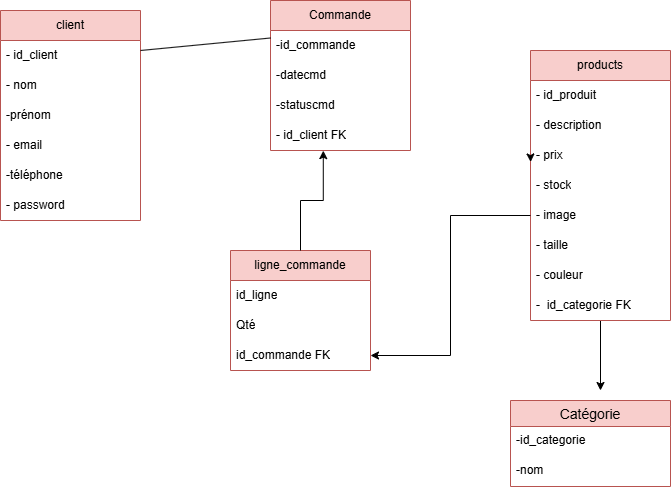
mesbahimohammedyassirsolicode-star/Projet-fil-rouge keeps this draw.io diagram as Conception BD/MLD.png. Above is the earlier version. Source tidied: cells renumbered, new cells last; positions are measured from the earlier drawing's top-left corner, leaving out a move shared by most shapes.
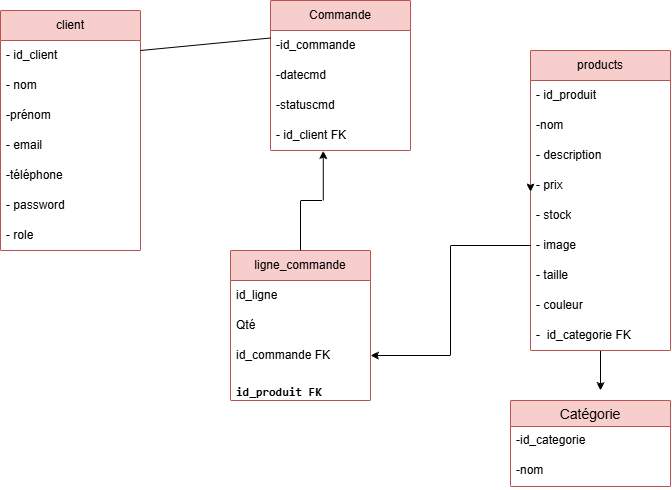
The same file after the commit.

Change to the diagram source:
```diff
@@ -3,7 +3,7 @@
     <mxCell id="0" />
     <mxCell id="1" parent="0" />
     <mxCell id="2" value="client" style="swimlane;fontStyle=0;horizontal=1;startSize=30;whiteSpace=wrap;html=1;fillColor=#f8cecc;strokeColor=#b85450;" parent="1" vertex="1">
-      <mxGeometry y="10" width="140" height="210" as="geometry" />
+      <mxGeometry y="10" width="140" height="240" as="geometry" />
     </mxCell>
     <mxCell id="3" value="&lt;span class=&quot;ͼn&quot;&gt;-&lt;/span&gt; id_client&amp;nbsp;" style="text;strokeColor=none;fillColor=none;align=left;verticalAlign=middle;spacingLeft=4;spacingRight=4;overflow=hidden;whiteSpace=wrap;html=1;" parent="2" vertex="1">
       <mxGeometry y="30" width="140" height="30" as="geometry" />
@@ -23,37 +23,43 @@
     <mxCell id="8" value="&lt;span class=&quot;ͼn&quot;&gt;-&lt;/span&gt; password" style="text;strokeColor=none;fillColor=none;align=left;verticalAlign=middle;spacingLeft=4;spacingRight=4;overflow=hidden;whiteSpace=wrap;html=1;" parent="2" vertex="1">
       <mxGeometry y="180" width="140" height="30" as="geometry" />
     </mxCell>
+    <mxCell id="35" value="&lt;span class=&quot;ͼn&quot;&gt;-&lt;/span&gt;&amp;nbsp;role" style="text;strokeColor=none;fillColor=none;align=left;verticalAlign=middle;spacingLeft=4;spacingRight=4;overflow=hidden;whiteSpace=wrap;html=1;" parent="2" vertex="1">
+      <mxGeometry y="210" width="140" height="30" as="geometry" />
+    </mxCell>
     <mxCell id="9" style="edgeStyle=orthogonalEdgeStyle;rounded=0;jettySize=auto;html=1;" parent="1" edge="1" source="10">
       <mxGeometry relative="1" as="geometry">
         <mxPoint x="600" y="390" as="targetPoint" />
       </mxGeometry>
     </mxCell>
     <mxCell id="10" value="products" style="swimlane;fontStyle=0;horizontal=1;startSize=30;whiteSpace=wrap;html=1;fillColor=#f8cecc;strokeColor=#b85450;" parent="1" vertex="1">
-      <mxGeometry x="530" y="50" width="140" height="270" as="geometry" />
+      <mxGeometry x="530" y="50" width="140" height="300" as="geometry" />
     </mxCell>
     <mxCell id="11" value="&lt;span class=&quot;ͼn&quot;&gt;-&lt;/span&gt; id_produit&amp;nbsp;" style="text;strokeColor=none;fillColor=none;align=left;verticalAlign=middle;spacingLeft=4;spacingRight=4;overflow=hidden;whiteSpace=wrap;html=1;" parent="10" vertex="1">
       <mxGeometry y="30" width="140" height="30" as="geometry" />
     </mxCell>
+    <mxCell id="36" value="-nom" style="text;strokeColor=none;fillColor=none;align=left;verticalAlign=middle;spacingLeft=4;spacingRight=4;overflow=hidden;whiteSpace=wrap;html=1;" parent="10" vertex="1">
+      <mxGeometry y="60" width="140" height="30" as="geometry" />
+    </mxCell>
     <mxCell id="12" value="&lt;span class=&quot;ͼn&quot;&gt;-&lt;/span&gt; description" style="text;strokeColor=none;fillColor=none;align=left;verticalAlign=middle;spacingLeft=4;spacingRight=4;overflow=hidden;whiteSpace=wrap;html=1;" parent="10" vertex="1">
-      <mxGeometry y="60" width="140" height="30" as="geometry" />
+      <mxGeometry y="90" width="140" height="30" as="geometry" />
     </mxCell>
     <mxCell id="13" value="&lt;span class=&quot;ͼn&quot;&gt;-&lt;/span&gt; prix" style="text;strokeColor=none;fillColor=none;align=left;verticalAlign=middle;spacingLeft=4;spacingRight=4;overflow=hidden;points=[[0,0.5],[1,0.5]];portConstraint=eastwest;whiteSpace=wrap;html=1;" parent="10" vertex="1">
-      <mxGeometry y="90" width="140" height="30" as="geometry" />
+      <mxGeometry y="120" width="140" height="30" as="geometry" />
     </mxCell>
     <mxCell id="14" value="&lt;span class=&quot;ͼn&quot;&gt;-&lt;/span&gt; stock" style="text;strokeColor=none;fillColor=none;align=left;verticalAlign=middle;spacingLeft=4;spacingRight=4;overflow=hidden;whiteSpace=wrap;html=1;" parent="10" vertex="1">
-      <mxGeometry y="120" width="140" height="30" as="geometry" />
+      <mxGeometry y="150" width="140" height="30" as="geometry" />
     </mxCell>
     <mxCell id="15" value="&lt;span class=&quot;ͼn&quot;&gt;-&lt;/span&gt; image" style="text;strokeColor=none;fillColor=none;align=left;verticalAlign=middle;spacingLeft=4;spacingRight=4;overflow=hidden;points=[[0,0.5],[1,0.5]];portConstraint=eastwest;whiteSpace=wrap;html=1;" parent="10" vertex="1">
-      <mxGeometry y="150" width="140" height="30" as="geometry" />
+      <mxGeometry y="180" width="140" height="30" as="geometry" />
     </mxCell>
     <mxCell id="16" value="&lt;span class=&quot;ͼn&quot;&gt;-&lt;/span&gt;&amp;nbsp;taille" style="text;strokeColor=none;fillColor=none;align=left;verticalAlign=middle;spacingLeft=4;spacingRight=4;overflow=hidden;whiteSpace=wrap;html=1;" parent="10" vertex="1">
-      <mxGeometry y="180" width="140" height="30" as="geometry" />
+      <mxGeometry y="210" width="140" height="30" as="geometry" />
     </mxCell>
     <mxCell id="17" value="&lt;span class=&quot;ͼn&quot;&gt;-&lt;/span&gt;&amp;nbsp;couleur" style="text;strokeColor=none;fillColor=none;align=left;verticalAlign=middle;spacingLeft=4;spacingRight=4;overflow=hidden;whiteSpace=wrap;html=1;" parent="10" vertex="1">
-      <mxGeometry y="210" width="140" height="30" as="geometry" />
+      <mxGeometry y="240" width="140" height="30" as="geometry" />
     </mxCell>
     <mxCell id="18" value="&lt;span class=&quot;ͼn&quot;&gt;-&lt;/span&gt;&amp;nbsp;    id_categorie FK" style="text;strokeColor=none;fillColor=none;align=left;verticalAlign=middle;spacingLeft=4;spacingRight=4;overflow=hidden;whiteSpace=wrap;html=1;" parent="10" vertex="1">
-      <mxGeometry y="240" width="140" height="30" as="geometry" />
+      <mxGeometry y="270" width="140" height="30" as="geometry" />
     </mxCell>
     <mxCell id="19" style="edgeStyle=orthogonalEdgeStyle;rounded=0;orthogonalLoop=1;jettySize=auto;html=1;exitX=0;exitY=0.5;exitDx=0;exitDy=0;entryX=0.001;entryY=0.716;entryDx=0;entryDy=0;entryPerimeter=0;" parent="10" edge="1" source="13" target="13">
       <mxGeometry relative="1" as="geometry" />
@@ -88,7 +94,7 @@
       </mxGeometry>
     </mxCell>
     <mxCell id="29" value="ligne_commande" style="swimlane;fontStyle=0;horizontal=1;startSize=30;whiteSpace=wrap;html=1;fillColor=#f8cecc;strokeColor=#b85450;" parent="1" vertex="1">
-      <mxGeometry x="230" y="250" width="140" height="120" as="geometry" />
+      <mxGeometry x="230" y="250" width="140" height="150" as="geometry" />
     </mxCell>
     <mxCell id="30" value="&lt;span class=&quot;ͼn&quot;&gt;id_ligne&lt;/span&gt;" style="text;strokeColor=none;fillColor=none;align=left;verticalAlign=middle;spacingLeft=4;spacingRight=4;overflow=hidden;whiteSpace=wrap;html=1;" parent="29" vertex="1">
       <mxGeometry y="30" width="140" height="30" as="geometry" />
@@ -99,6 +105,9 @@
     <mxCell id="32" value="  id_commande FK" style="text;strokeColor=none;fillColor=none;align=left;verticalAlign=middle;spacingLeft=4;spacingRight=4;overflow=hidden;points=[[0,0.5],[1,0.5]];portConstraint=eastwest;whiteSpace=wrap;html=1;" parent="29" vertex="1">
       <mxGeometry y="90" width="140" height="30" as="geometry" />
     </mxCell>
+    <mxCell id="37" value="&lt;pre class=&quot;overflow-visible! px-0!&quot;&gt;&lt;div class=&quot;relative w-full mt-4 mb-1&quot;&gt;&lt;div class=&quot;&quot;&gt;&lt;div class=&quot;relative&quot;&gt;&lt;div class=&quot;h-full min-h-0 min-w-0&quot;&gt;&lt;div class=&quot;h-full min-h-0 min-w-0&quot;&gt;&lt;div class=&quot;border border-token-border-light border-radius-3xl corner-superellipse/1.1 rounded-3xl&quot;&gt;&lt;div class=&quot;h-full w-full border-radius-3xl bg-token-bg-elevated-secondary corner-superellipse/1.1 overflow-clip rounded-3xl lxnfua_clipPathFallback&quot;&gt;&lt;div class=&quot;relative&quot;&gt;&lt;div class=&quot;&quot;&gt;&lt;div class=&quot;relative z-0 flex max-w-full&quot;&gt;&lt;div id=&quot;code-block-viewer&quot; dir=&quot;ltr&quot; class=&quot;q9tKkq_viewer cm-editor z-10 light:cm-light dark:cm-light flex h-full w-full flex-col items-stretch ͼs ͼ16&quot;&gt;&lt;div class=&quot;cm-scroller&quot;&gt;&lt;pre class=&quot;cm-content q9tKkq_readonly m-0&quot;&gt;&lt;code&gt;&lt;b&gt;id_produit FK&lt;/b&gt;&lt;/code&gt;&lt;/pre&gt;&lt;/div&gt;&lt;/div&gt;&lt;/div&gt;&lt;/div&gt;&lt;/div&gt;&lt;/div&gt;&lt;/div&gt;&lt;/div&gt;&lt;/div&gt;&lt;/div&gt;&lt;/div&gt;&lt;/div&gt;&lt;/pre&gt;&lt;p&gt;&lt;/p&gt;" style="text;strokeColor=none;fillColor=none;align=left;verticalAlign=middle;spacingLeft=4;spacingRight=4;overflow=hidden;whiteSpace=wrap;html=1;" parent="29" vertex="1">
+      <mxGeometry y="120" width="140" height="30" as="geometry" />
+    </mxCell>
     <mxCell id="33" style="edgeStyle=orthogonalEdgeStyle;rounded=0;jettySize=auto;html=1;exitX=0;exitY=0.5;exitDx=0;exitDy=0;entryX=1;entryY=0.5;entryDx=0;entryDy=0;" parent="1" edge="1" source="15" target="32">
       <mxGeometry relative="1" as="geometry" />
     </mxCell>
```
